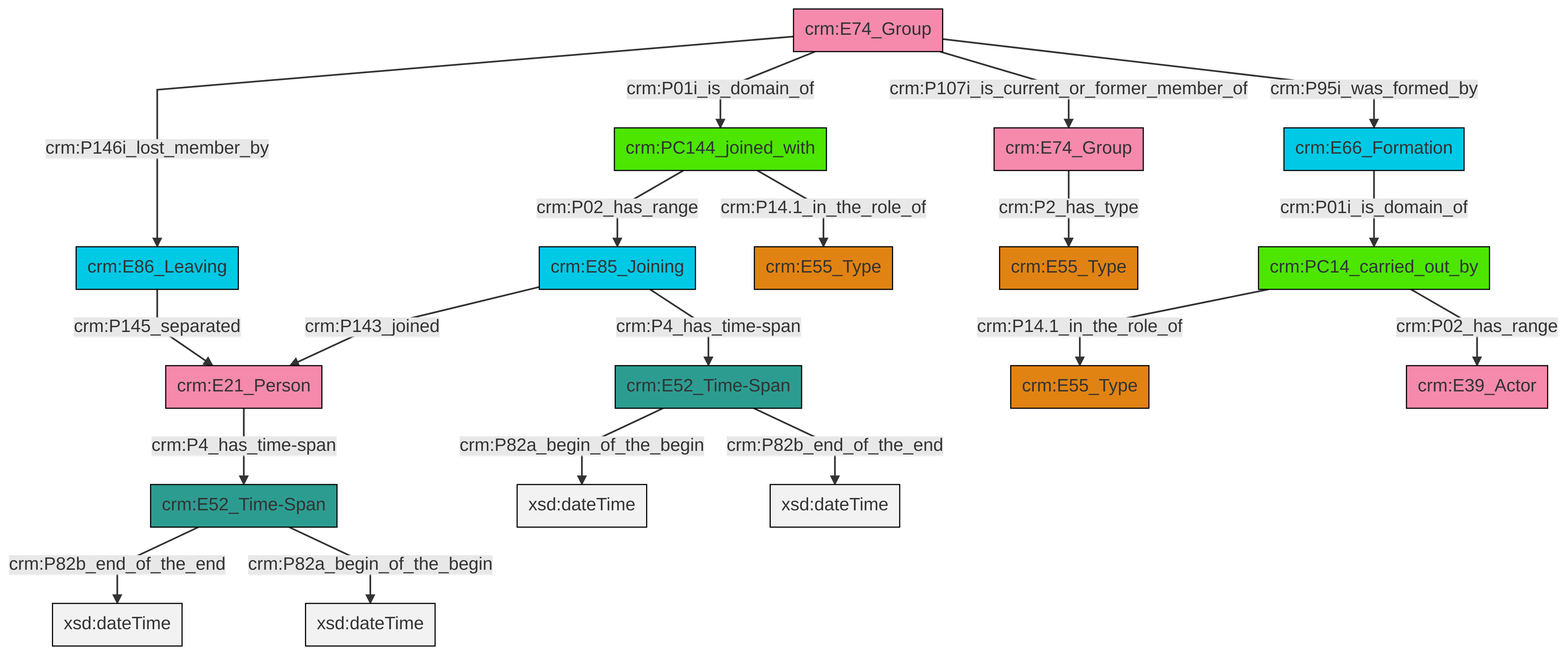
Before: et/groupCSV/ttl/mmd/png/group_actor_relations.png, a diagram exported from Mermaid (swiss-art-research-net/docs.swissartresearch). Its source is kept beside it as et/groupCSV/ttl/mmd/group_actor_relations.ttl.mmd.
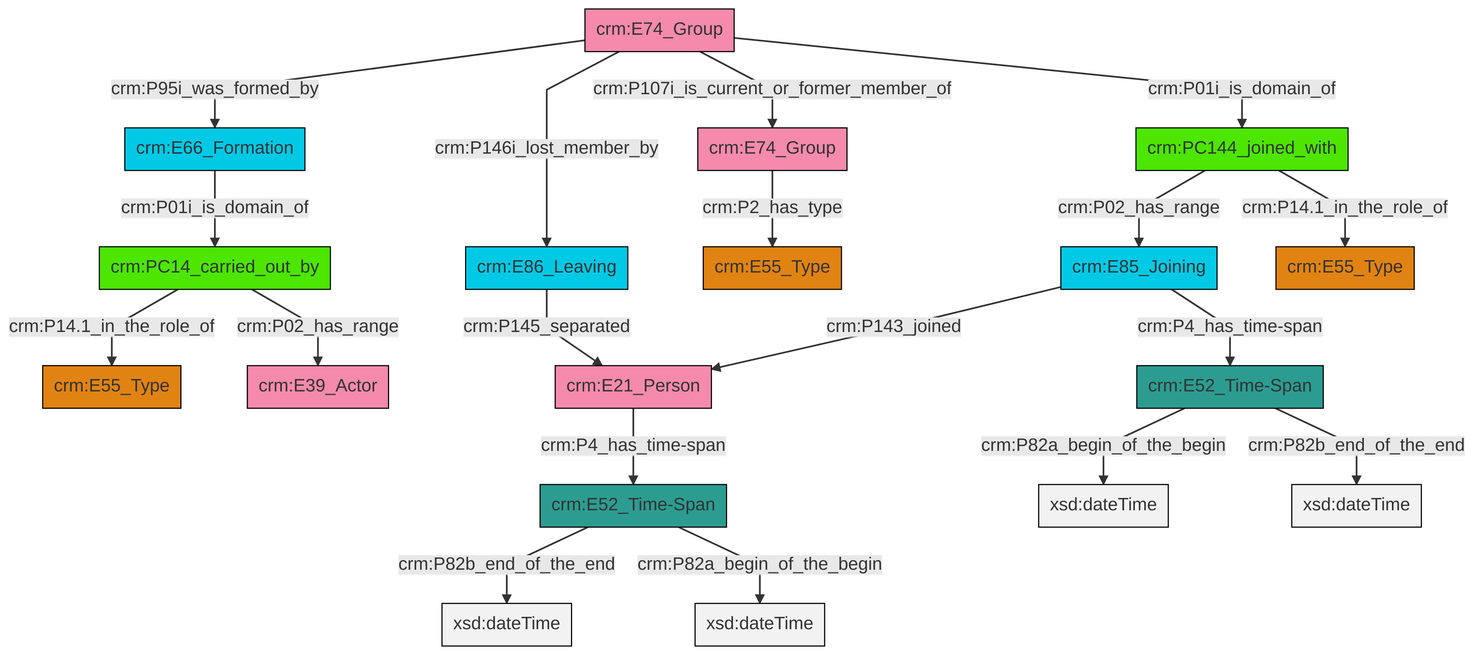
After the change.

The edit, as a diff of the source:
```diff
@@ -13,21 +13,21 @@
 classDef PC_Classes fill:#4ce600, stroke:#000000;
 classDef Multi fill:#cccccc,stroke:#000000;
 
-0["crm:E52_Time-Span"]:::Time-Span -->|crm:P82a_begin_of_the_begin| 1[xsd:dateTime]:::Literal
-2["crm:E74_Group"]:::Actor -->|crm:P146i_lost_member_by| 3["crm:E86_Leaving"]:::Temporal_Entity
-6["crm:E85_Joining"]:::Temporal_Entity -->|crm:P143_joined| 7["crm:E21_Person"]:::Actor
-2["crm:E74_Group"]:::Actor -->|crm:P01i_is_domain_of| 8["crm:PC144_joined_with"]:::PC_Classes
-6["crm:E85_Joining"]:::Temporal_Entity -->|crm:P4_has_time-span| 0["crm:E52_Time-Span"]:::Time-Span
-8["crm:PC144_joined_with"]:::PC_Classes -->|crm:P02_has_range| 6["crm:E85_Joining"]:::Temporal_Entity
-17["crm:E52_Time-Span"]:::Time-Span -->|crm:P82b_end_of_the_end| 18[xsd:dateTime]:::Literal
-8["crm:PC144_joined_with"]:::PC_Classes -->|crm:P14.1_in_the_role_of| 19["crm:E55_Type"]:::Type
-17["crm:E52_Time-Span"]:::Time-Span -->|crm:P82a_begin_of_the_begin| 23[xsd:dateTime]:::Literal
-24["crm:E66_Formation"]:::Temporal_Entity -->|crm:P01i_is_domain_of| 25["crm:PC14_carried_out_by"]:::PC_Classes
-7["crm:E21_Person"]:::Actor -->|crm:P4_has_time-span| 17["crm:E52_Time-Span"]:::Time-Span
-3["crm:E86_Leaving"]:::Temporal_Entity -->|crm:P145_separated| 7["crm:E21_Person"]:::Actor
-28["crm:E74_Group"]:::Actor -->|crm:P2_has_type| 15["crm:E55_Type"]:::Type
-2["crm:E74_Group"]:::Actor -->|crm:P107i_is_current_or_former_member_of| 28["crm:E74_Group"]:::Actor
-0["crm:E52_Time-Span"]:::Time-Span -->|crm:P82b_end_of_the_end| 29[xsd:dateTime]:::Literal
-25["crm:PC14_carried_out_by"]:::PC_Classes -->|crm:P14.1_in_the_role_of| 13["crm:E55_Type"]:::Type
-2["crm:E74_Group"]:::Actor -->|crm:P95i_was_formed_by| 24["crm:E66_Formation"]:::Temporal_Entity
-25["crm:PC14_carried_out_by"]:::PC_Classes -->|crm:P02_has_range| 4["crm:E39_Actor"]:::Actor
+2["crm:E52_Time-Span"]:::Time-Span -->|crm:P82b_end_of_the_end| 3[xsd:dateTime]:::Literal
+2["crm:E52_Time-Span"]:::Time-Span -->|crm:P82a_begin_of_the_begin| 6[xsd:dateTime]:::Literal
+15["crm:E74_Group"]:::Actor -->|crm:P95i_was_formed_by| 16["crm:E66_Formation"]:::Temporal_Entity
+13["crm:E21_Person"]:::Actor -->|crm:P4_has_time-span| 2["crm:E52_Time-Span"]:::Time-Span
+18["crm:E85_Joining"]:::Temporal_Entity -->|crm:P143_joined| 13["crm:E21_Person"]:::Actor
+20["crm:E52_Time-Span"]:::Time-Span -->|crm:P82a_begin_of_the_begin| 21[xsd:dateTime]:::Literal
+9["crm:E74_Group"]:::Actor -->|crm:P2_has_type| 0["crm:E55_Type"]:::Type
+22["crm:PC14_carried_out_by"]:::PC_Classes -->|crm:P14.1_in_the_role_of| 11["crm:E55_Type"]:::Type
+20["crm:E52_Time-Span"]:::Time-Span -->|crm:P82b_end_of_the_end| 23[xsd:dateTime]:::Literal
+18["crm:E85_Joining"]:::Temporal_Entity -->|crm:P4_has_time-span| 20["crm:E52_Time-Span"]:::Time-Span
+16["crm:E66_Formation"]:::Temporal_Entity -->|crm:P01i_is_domain_of| 22["crm:PC14_carried_out_by"]:::PC_Classes
+22["crm:PC14_carried_out_by"]:::PC_Classes -->|crm:P02_has_range| 24["crm:E39_Actor"]:::Actor
+7["crm:E86_Leaving"]:::Temporal_Entity -->|crm:P145_separated| 13["crm:E21_Person"]:::Actor
+26["crm:PC144_joined_with"]:::PC_Classes -->|crm:P02_has_range| 18["crm:E85_Joining"]:::Temporal_Entity
+15["crm:E74_Group"]:::Actor -->|crm:P146i_lost_member_by| 7["crm:E86_Leaving"]:::Temporal_Entity
+15["crm:E74_Group"]:::Actor -->|crm:P107i_is_current_or_former_member_of| 9["crm:E74_Group"]:::Actor
+15["crm:E74_Group"]:::Actor -->|crm:P01i_is_domain_of| 26["crm:PC144_joined_with"]:::PC_Classes
+26["crm:PC144_joined_with"]:::PC_Classes -->|crm:P14.1_in_the_role_of| 4["crm:E55_Type"]:::Type
```
